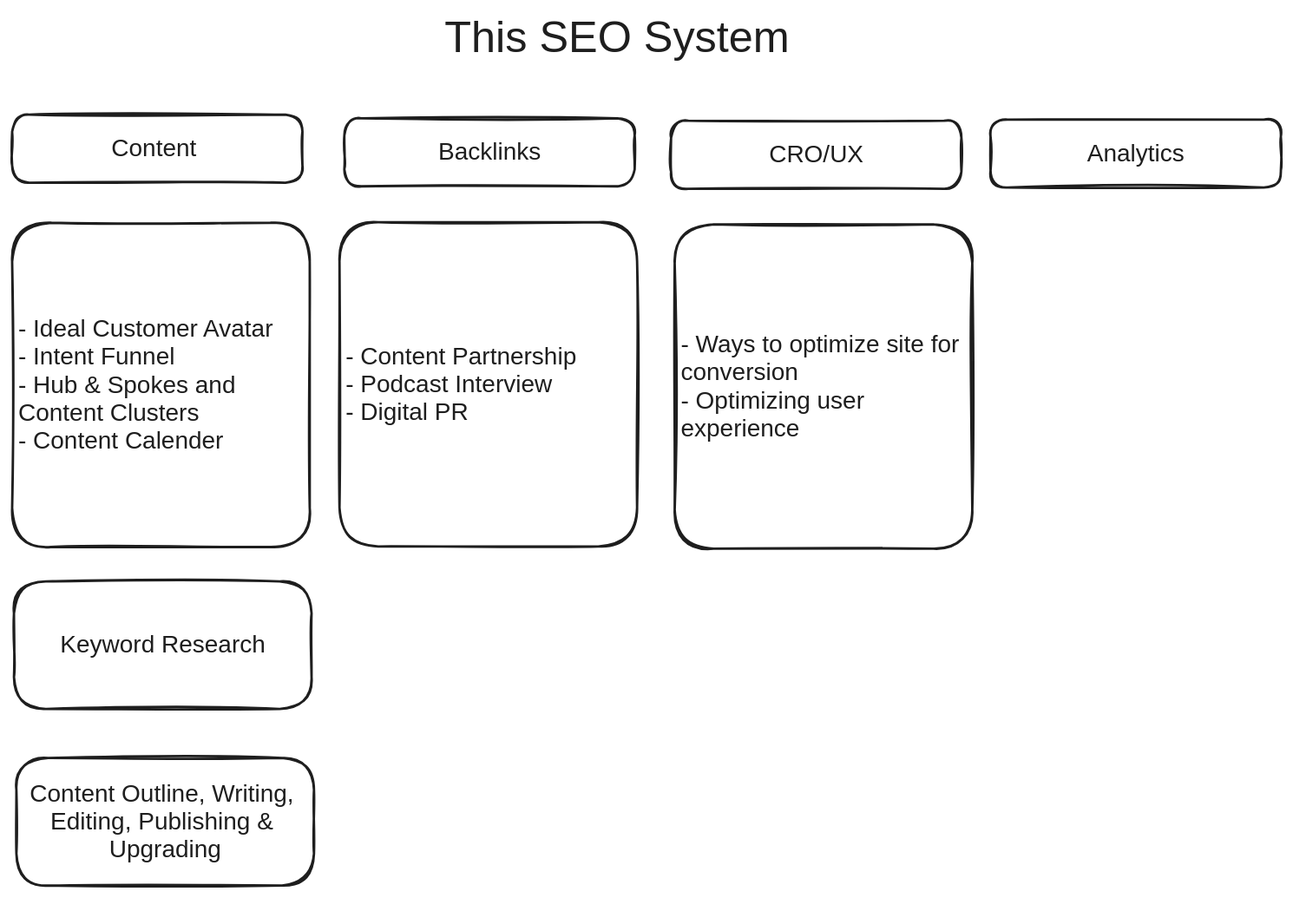
This is QuickNotes/20240526 The SEO System.excalidraw.svg from mshafat/noteshub, a Excalidraw export, as it was before one commit. Source tidied: one line per element, renumbered; positions are measured from the earlier drawing's top-left corner, leaving out a move shared by most shapes.
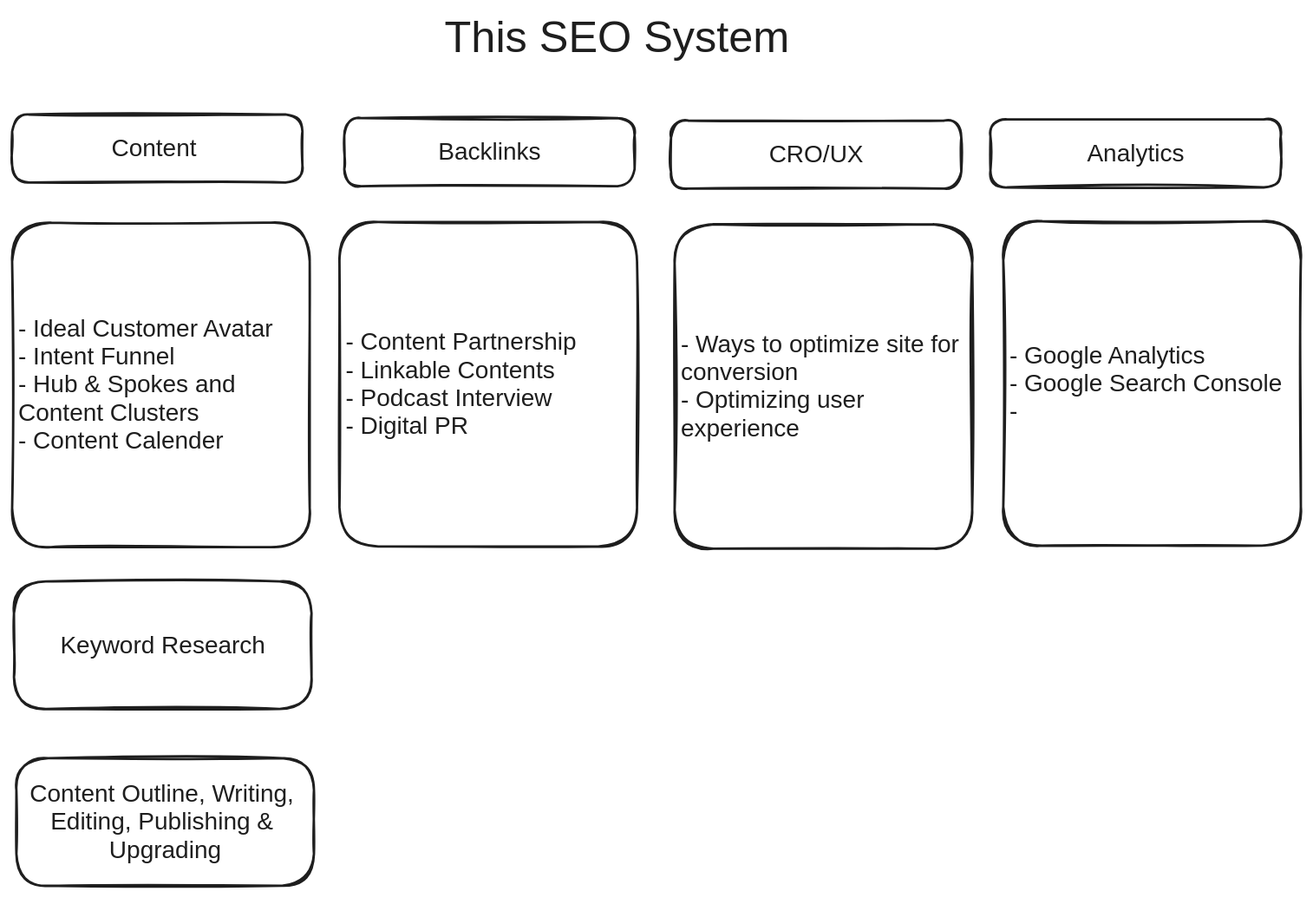
Above is the later version.

Change to the diagram source:
```diff
@@ -10,10 +10,12 @@
 {"id": 9, "type": "rectangle", "strokeColor": "#1e1e1e", "strokeWidth": 2, "roughness": 1, "round": true, "x": 0, "y": 173, "width": 245, "height": 267}
 {"id": 10, "type": "text", "text": "- Ideal Customer Avatar\n- Intent Funnel\n- Hub & Spokes and \nContent Clusters\n- Content Calender", "strokeColor": "#1e1e1e", "strokeWidth": 2, "roughness": 1, "fontSize": 20, "fontFamily": 2, "verticalAlign": "middle", "inside": 9, "x": 5, "y": 249, "width": 211, "height": 115}
 {"id": 11, "type": "rectangle", "strokeColor": "#1e1e1e", "strokeWidth": 2, "roughness": 1, "round": true, "x": 270, "y": 173, "width": 245, "height": 267}
-{"id": 12, "type": "text", "text": "- Content Partnership\n- Podcast Interview\n- Digital PR", "strokeColor": "#1e1e1e", "strokeWidth": 2, "roughness": 1, "fontSize": 20, "fontFamily": 2, "verticalAlign": "middle", "inside": 11, "x": 274, "y": 272, "width": 190, "height": 69}
+{"id": 12, "type": "text", "text": "- Content Partnership\n- Linkable Contents \n- Podcast Interview\n- Digital PR", "strokeColor": "#1e1e1e", "strokeWidth": 2, "roughness": 1, "fontSize": 20, "fontFamily": 2, "verticalAlign": "middle", "inside": 11, "x": 274, "y": 260, "width": 190, "height": 92}
 {"id": 13, "type": "rectangle", "strokeColor": "#1e1e1e", "strokeWidth": 2, "roughness": 1, "round": true, "x": 2, "y": 468, "width": 245, "height": 105}
 {"id": 14, "type": "text", "text": "Keyword Research", "strokeColor": "#1e1e1e", "strokeWidth": 2, "roughness": 1, "fontSize": 20, "fontFamily": 2, "textAlign": "center", "verticalAlign": "middle", "inside": 13, "x": 40, "y": 509, "width": 169, "height": 23}
 {"id": 15, "type": "rectangle", "strokeColor": "#1e1e1e", "strokeWidth": 2, "roughness": 1, "round": true, "x": 4, "y": 614, "width": 245, "height": 105}
 {"id": 16, "type": "text", "text": "Content Outline, Writing, \nEditing, Publishing & \nUpgrading", "strokeColor": "#1e1e1e", "strokeWidth": 2, "roughness": 1, "fontSize": 20, "fontFamily": 2, "textAlign": "center", "verticalAlign": "middle", "inside": 15, "x": 14, "y": 632, "width": 223, "height": 69}
 {"id": 17, "type": "rectangle", "strokeColor": "#1e1e1e", "strokeWidth": 2, "roughness": 1, "round": true, "x": 545, "y": 175, "width": 245, "height": 267}
 {"id": 18, "type": "text", "text": "- Ways to optimize site for \nconversion \n- Optimizing user \nexperience ", "strokeColor": "#1e1e1e", "strokeWidth": 2, "roughness": 1, "fontSize": 20, "fontFamily": 2, "verticalAlign": "middle", "inside": 17, "x": 550, "y": 262, "width": 235, "height": 92}
+{"id": 19, "type": "rectangle", "strokeColor": "#1e1e1e", "strokeWidth": 2, "roughness": 1, "round": true, "x": 816, "y": 172, "width": 245, "height": 267}
+{"id": 20, "type": "text", "text": "- Google Analytics\n- Google Search Console\n- ", "strokeColor": "#1e1e1e", "strokeWidth": 2, "roughness": 1, "fontSize": 20, "fontFamily": 2, "verticalAlign": "middle", "inside": 19, "x": 821, "y": 271, "width": 225, "height": 69}
```
